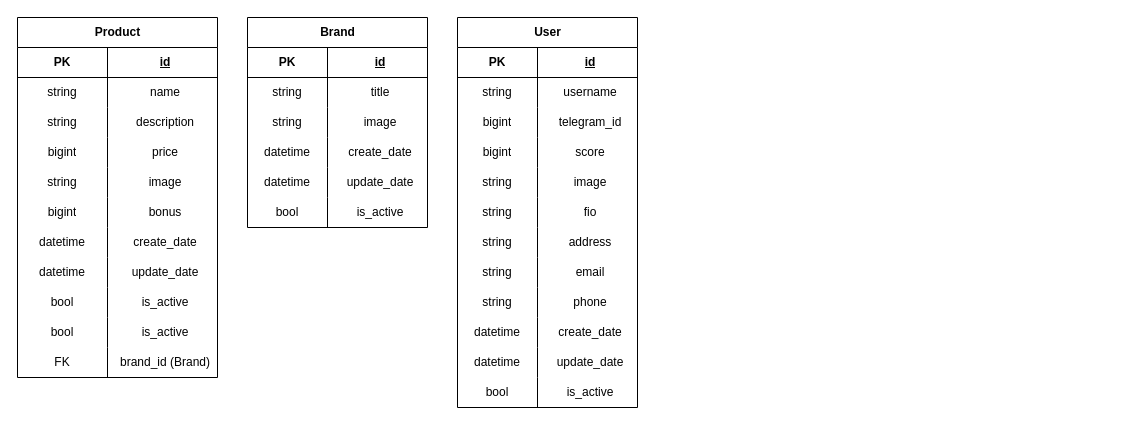
Earlier version of the draw.io diagram entity.drawio (Monksed/React_Shop). Source tidied: cells renumbered, new cells numbered last; positions are measured from the earlier drawing's top-left corner, leaving out a move shared by most shapes. Both pictures are drawn from the tidied source at 100%, with x=0, y=0 at pixel (17, 17).
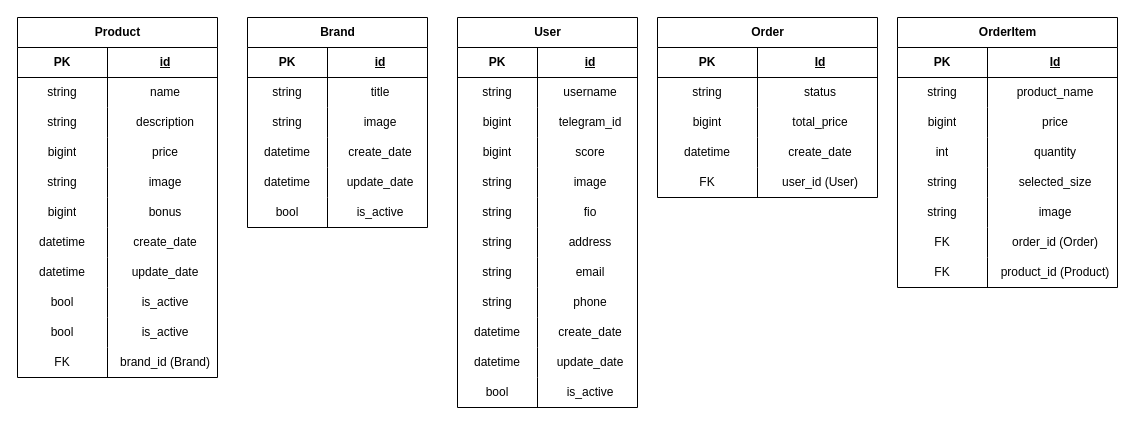
After the change.

Change to the diagram source:
```diff
@@
+    <mxCell id="92" value="OrderItem" style="shape=table;startSize=30;childLayout=tableLayout;rowLines=0;fontStyle=1;align=center;html=1;" parent="1" vertex="1">
+      <mxGeometry x="880" width="220" height="270" as="geometry" />
+    </mxCell>
+    <mxCell id="93" style="shape=tableRow;horizontal=0;startSize=0;swimlaneHead=0;swimlaneBody=0;fillColor=none;top=0;left=0;right=0;bottom=1;" parent="92" vertex="1">
+      <mxGeometry y="30" width="220" height="30" as="geometry" />
+    </mxCell>
+    <mxCell id="94" value="PK" style="shape=partialRectangle;fillColor=none;top=0;left=0;bottom=0;right=0;fontStyle=1;overflow=hidden;whiteSpace=wrap;html=1;align=center;" parent="93" vertex="1">
+      <mxGeometry width="90" height="30" as="geometry" />
+    </mxCell>
+    <mxCell id="95" value="Id" style="shape=partialRectangle;fillColor=none;top=0;left=0;bottom=0;right=0;align=center;spacingLeft=6;fontStyle=5;overflow=hidden;whiteSpace=wrap;html=1;" parent="93" vertex="1">
+      <mxGeometry x="90" width="130" height="30" as="geometry" />
+    </mxCell>
+    <mxCell id="96" style="shape=tableRow;horizontal=0;startSize=0;swimlaneHead=0;swimlaneBody=0;fillColor=none;top=0;left=0;right=0;bottom=0;" parent="92" vertex="1">
+      <mxGeometry y="60" width="220" height="30" as="geometry" />
+    </mxCell>
+    <mxCell id="97" value="string" style="shape=partialRectangle;fillColor=none;top=0;left=0;bottom=0;right=0;overflow=hidden;whiteSpace=wrap;html=1;align=center;" parent="96" vertex="1">
+      <mxGeometry width="90" height="30" as="geometry" />
+    </mxCell>
+    <mxCell id="98" value="product_name" style="shape=partialRectangle;fillColor=none;top=0;left=0;bottom=0;right=0;align=center;spacingLeft=6;overflow=hidden;whiteSpace=wrap;html=1;" parent="96" vertex="1">
+      <mxGeometry x="90" width="130" height="30" as="geometry" />
+    </mxCell>
+    <mxCell id="99" style="shape=tableRow;horizontal=0;startSize=0;swimlaneHead=0;swimlaneBody=0;fillColor=none;top=0;left=0;right=0;bottom=0;" parent="92" vertex="1">
+      <mxGeometry y="90" width="220" height="30" as="geometry" />
+    </mxCell>
+    <mxCell id="100" value="bigint" style="shape=partialRectangle;fillColor=none;top=0;left=0;bottom=0;right=0;overflow=hidden;whiteSpace=wrap;html=1;align=center;" parent="99" vertex="1">
+      <mxGeometry width="90" height="30" as="geometry" />
+    </mxCell>
+    <mxCell id="101" value="price" style="shape=partialRectangle;fillColor=none;top=0;left=0;bottom=0;right=0;align=center;spacingLeft=6;overflow=hidden;whiteSpace=wrap;html=1;" parent="99" vertex="1">
+      <mxGeometry x="90" width="130" height="30" as="geometry" />
+    </mxCell>
+    <mxCell id="102" style="shape=tableRow;horizontal=0;startSize=0;swimlaneHead=0;swimlaneBody=0;fillColor=none;top=0;left=0;right=0;bottom=0;" parent="92" vertex="1">
+      <mxGeometry y="120" width="220" height="30" as="geometry" />
+    </mxCell>
+    <mxCell id="103" value="int" style="shape=partialRectangle;fillColor=none;top=0;left=0;bottom=0;right=0;overflow=hidden;whiteSpace=wrap;html=1;align=center;" parent="102" vertex="1">
+      <mxGeometry width="90" height="30" as="geometry" />
+    </mxCell>
+    <mxCell id="104" value="quantity" style="shape=partialRectangle;fillColor=none;top=0;left=0;bottom=0;right=0;align=center;spacingLeft=6;overflow=hidden;whiteSpace=wrap;html=1;" parent="102" vertex="1">
+      <mxGeometry x="90" width="130" height="30" as="geometry" />
+    </mxCell>
+    <mxCell id="105" style="shape=tableRow;horizontal=0;startSize=0;swimlaneHead=0;swimlaneBody=0;fillColor=none;top=0;left=0;right=0;bottom=0;" parent="92" vertex="1">
+      <mxGeometry y="150" width="220" height="30" as="geometry" />
+    </mxCell>
+    <mxCell id="106" value="string" style="shape=partialRectangle;fillColor=none;top=0;left=0;bottom=0;right=0;overflow=hidden;whiteSpace=wrap;html=1;align=center;" parent="105" vertex="1">
+      <mxGeometry width="90" height="30" as="geometry" />
+    </mxCell>
+    <mxCell id="107" value="selected_size" style="shape=partialRectangle;fillColor=none;top=0;left=0;bottom=0;right=0;align=center;spacingLeft=6;overflow=hidden;whiteSpace=wrap;html=1;" parent="105" vertex="1">
+      <mxGeometry x="90" width="130" height="30" as="geometry" />
+    </mxCell>
+    <mxCell id="108" style="shape=tableRow;horizontal=0;startSize=0;swimlaneHead=0;swimlaneBody=0;fillColor=none;top=0;left=0;right=0;bottom=0;" parent="92" vertex="1">
+      <mxGeometry y="180" width="220" height="30" as="geometry" />
+    </mxCell>
+    <mxCell id="109" value="string" style="shape=partialRectangle;fillColor=none;top=0;left=0;bottom=0;right=0;overflow=hidden;whiteSpace=wrap;html=1;align=center;" parent="108" vertex="1">
+      <mxGeometry width="90" height="30" as="geometry" />
+    </mxCell>
+    <mxCell id="110" value="image" style="shape=partialRectangle;fillColor=none;top=0;left=0;bottom=0;right=0;align=center;spacingLeft=6;overflow=hidden;whiteSpace=wrap;html=1;" parent="108" vertex="1">
+      <mxGeometry x="90" width="130" height="30" as="geometry" />
+    </mxCell>
+    <mxCell id="111" style="shape=tableRow;horizontal=0;startSize=0;swimlaneHead=0;swimlaneBody=0;fillColor=none;top=0;left=0;right=0;bottom=0;" parent="92" vertex="1">
+      <mxGeometry y="210" width="220" height="30" as="geometry" />
+    </mxCell>
+    <mxCell id="112" value="FK" style="shape=partialRectangle;fillColor=none;top=0;left=0;bottom=0;right=0;overflow=hidden;whiteSpace=wrap;html=1;align=center;" parent="111" vertex="1">
+      <mxGeometry width="90" height="30" as="geometry" />
+    </mxCell>
+    <mxCell id="113" value="order_id (Order)" style="shape=partialRectangle;fillColor=none;top=0;left=0;bottom=0;right=0;align=center;spacingLeft=6;overflow=hidden;whiteSpace=wrap;html=1;" parent="111" vertex="1">
+      <mxGeometry x="90" width="130" height="30" as="geometry" />
+    </mxCell>
+    <mxCell id="114" style="shape=tableRow;horizontal=0;startSize=0;swimlaneHead=0;swimlaneBody=0;fillColor=none;top=0;left=0;right=0;bottom=0;" parent="92" vertex="1">
+      <mxGeometry y="240" width="220" height="30" as="geometry" />
+    </mxCell>
+    <mxCell id="115" value="FK" style="shape=partialRectangle;fillColor=none;top=0;left=0;bottom=0;right=0;overflow=hidden;whiteSpace=wrap;html=1;align=center;" parent="114" vertex="1">
+      <mxGeometry width="90" height="30" as="geometry" />
+    </mxCell>
+    <mxCell id="116" value="product_id (Product)" style="shape=partialRectangle;fillColor=none;top=0;left=0;bottom=0;right=0;align=center;spacingLeft=6;overflow=hidden;whiteSpace=wrap;html=1;" parent="114" vertex="1">
+      <mxGeometry x="90" width="130" height="30" as="geometry" />
+    </mxCell>
+    <mxCell id="117" value="Order" style="shape=table;startSize=30;childLayout=tableLayout;rowLines=0;fontStyle=1;align=center;html=1;" parent="1" vertex="1">
+      <mxGeometry x="640" width="220" height="180" as="geometry" />
+    </mxCell>
+    <mxCell id="118" style="shape=tableRow;horizontal=0;startSize=0;swimlaneHead=0;swimlaneBody=0;fillColor=none;top=0;left=0;right=0;bottom=1;align=center;" parent="117" vertex="1">
+      <mxGeometry y="30" width="220" height="30" as="geometry" />
+    </mxCell>
+    <mxCell id="119" value="PK" style="shape=partialRectangle;fillColor=none;top=0;left=0;bottom=0;right=0;fontStyle=1;overflow=hidden;whiteSpace=wrap;html=1;" parent="118" vertex="1">
+      <mxGeometry width="100" height="30" as="geometry" />
+    </mxCell>
+    <mxCell id="120" value="Id" style="shape=partialRectangle;fillColor=none;top=0;left=0;bottom=0;right=0;align=center;spacingLeft=6;fontStyle=5;overflow=hidden;whiteSpace=wrap;html=1;" parent="118" vertex="1">
+      <mxGeometry x="100" width="120" height="30" as="geometry" />
+    </mxCell>
+    <mxCell id="121" style="shape=tableRow;horizontal=0;startSize=0;swimlaneHead=0;swimlaneBody=0;fillColor=none;top=0;left=0;right=0;bottom=0;" parent="117" vertex="1">
+      <mxGeometry y="60" width="220" height="30" as="geometry" />
+    </mxCell>
+    <mxCell id="122" value="string" style="shape=partialRectangle;fillColor=none;top=0;left=0;bottom=0;right=0;overflow=hidden;whiteSpace=wrap;html=1;align=center;" parent="121" vertex="1">
+      <mxGeometry width="100" height="30" as="geometry" />
+    </mxCell>
+    <mxCell id="123" value="status" style="shape=partialRectangle;fillColor=none;top=0;left=0;bottom=0;right=0;align=center;spacingLeft=6;overflow=hidden;whiteSpace=wrap;html=1;" parent="121" vertex="1">
+      <mxGeometry x="100" width="120" height="30" as="geometry" />
+    </mxCell>
+    <mxCell id="124" style="shape=tableRow;horizontal=0;startSize=0;swimlaneHead=0;swimlaneBody=0;fillColor=none;top=0;left=0;right=0;bottom=0;" parent="117" vertex="1">
+      <mxGeometry y="90" width="220" height="30" as="geometry" />
+    </mxCell>
+    <mxCell id="125" value="bigint" style="shape=partialRectangle;fillColor=none;top=0;left=0;bottom=0;right=0;overflow=hidden;whiteSpace=wrap;html=1;align=center;" parent="124" vertex="1">
+      <mxGeometry width="100" height="30" as="geometry" />
+    </mxCell>
+    <mxCell id="126" value="total_price" style="shape=partialRectangle;fillColor=none;top=0;left=0;bottom=0;right=0;align=center;spacingLeft=6;overflow=hidden;whiteSpace=wrap;html=1;" parent="124" vertex="1">
+      <mxGeometry x="100" width="120" height="30" as="geometry" />
+    </mxCell>
+    <mxCell id="127" style="shape=tableRow;horizontal=0;startSize=0;swimlaneHead=0;swimlaneBody=0;fillColor=none;top=0;left=0;right=0;bottom=0;" parent="117" vertex="1">
+      <mxGeometry y="120" width="220" height="30" as="geometry" />
+    </mxCell>
+    <mxCell id="128" value="datetime" style="shape=partialRectangle;fillColor=none;top=0;left=0;bottom=0;right=0;overflow=hidden;whiteSpace=wrap;html=1;align=center;" parent="127" vertex="1">
+      <mxGeometry width="100" height="30" as="geometry" />
+    </mxCell>
+    <mxCell id="129" value="create_date" style="shape=partialRectangle;fillColor=none;top=0;left=0;bottom=0;right=0;align=center;spacingLeft=6;overflow=hidden;whiteSpace=wrap;html=1;" parent="127" vertex="1">
+      <mxGeometry x="100" width="120" height="30" as="geometry" />
+    </mxCell>
+    <mxCell id="130" style="shape=tableRow;horizontal=0;startSize=0;swimlaneHead=0;swimlaneBody=0;fillColor=none;top=0;left=0;right=0;bottom=0;" parent="117" vertex="1">
+      <mxGeometry y="150" width="220" height="30" as="geometry" />
+    </mxCell>
+    <mxCell id="131" value="FK" style="shape=partialRectangle;fillColor=none;top=0;left=0;bottom=0;right=0;overflow=hidden;whiteSpace=wrap;html=1;align=center;" parent="130" vertex="1">
+      <mxGeometry width="100" height="30" as="geometry" />
+    </mxCell>
+    <mxCell id="132" value="user_id (User)" style="shape=partialRectangle;fillColor=none;top=0;left=0;bottom=0;right=0;align=center;spacingLeft=6;overflow=hidden;whiteSpace=wrap;html=1;" parent="130" vertex="1">
+      <mxGeometry x="100" width="120" height="30" as="geometry" />
+    </mxCell>
```
